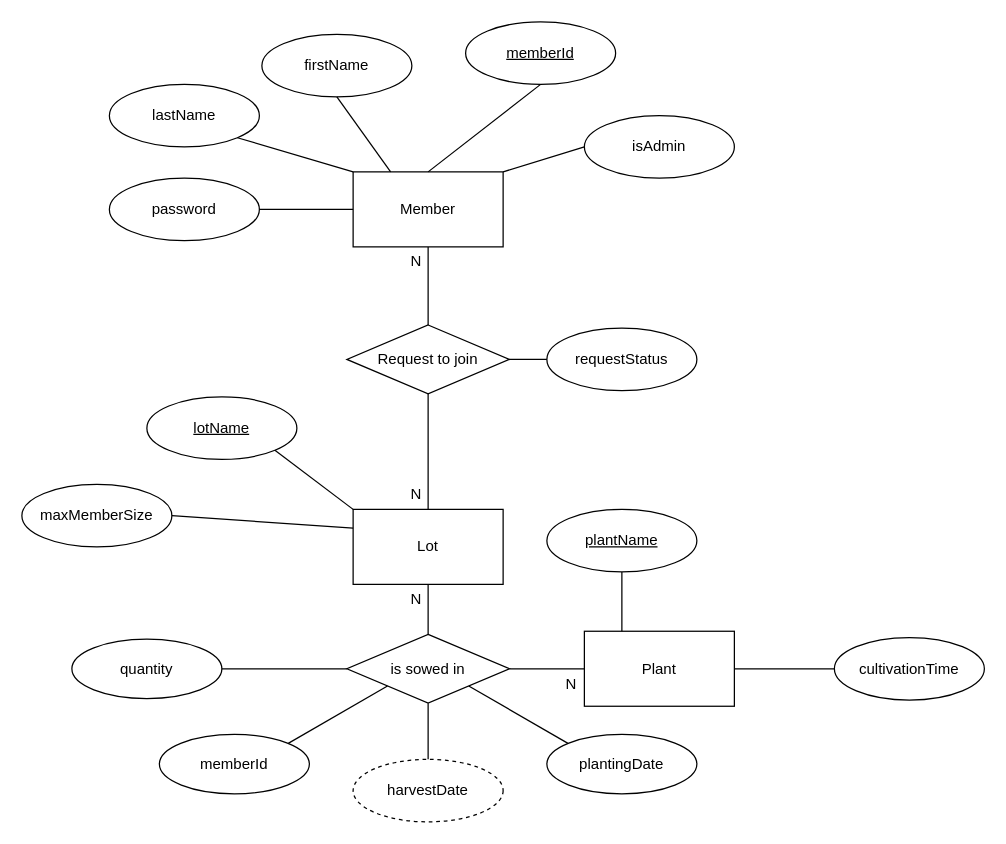
This is entite_association.drawio from Jeepsboucher/IFT287_JardinCollectif, a draw.io file, before an edit. Source tidied: cells renumbered, new cells numbered last; positions are measured from the earlier drawing's top-left corner, leaving out a move shared by most shapes. Both pictures are drawn from the tidied source at 125%, with x=0, y=0 at pixel (21, 21).
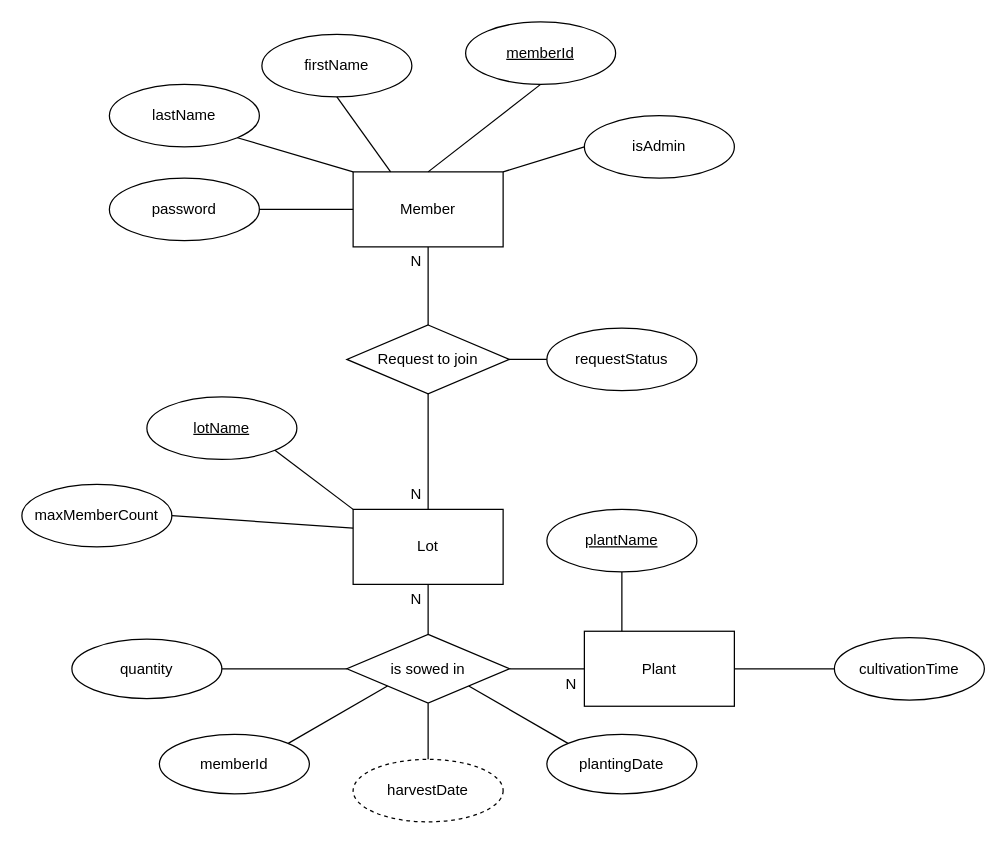
Above is the later version.

The edit, as a diff of the source:
```diff
@@
-    <mxCell id="15" value="maxMemberSize" style="ellipse;whiteSpace=wrap;html=1;" parent="1" vertex="1">
+    <mxCell id="15" value="maxMemberCount" style="ellipse;whiteSpace=wrap;html=1;" parent="1" vertex="1">
       <mxGeometry y="370" width="120" height="50" as="geometry" />
     </mxCell>
```
